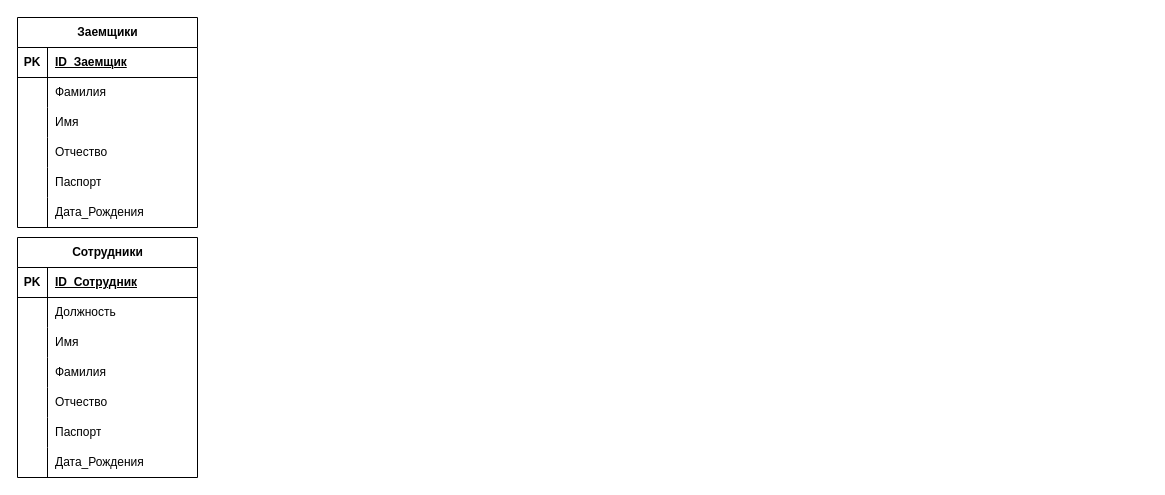
Before: bsbd.drawio in 1DeMeNToR1/RocketModUpdater_32, a draw.io diagram. Source tidied: cells renumbered, new cells numbered last; positions are measured from the earlier drawing's top-left corner, leaving out a move shared by most shapes. Both pictures are drawn from the tidied source at 100%, with x=0, y=0 at pixel (17, 17).
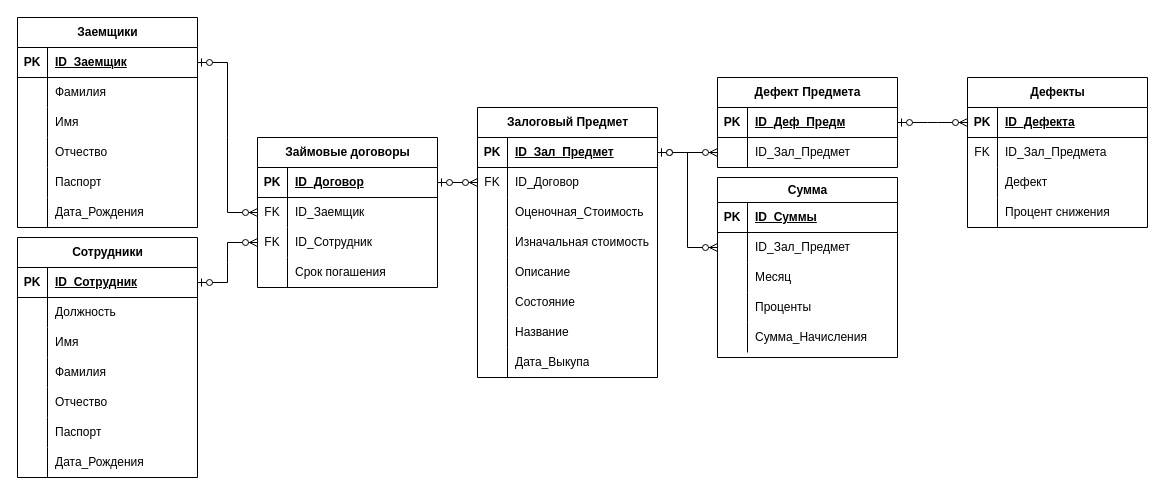
The same page after the edit.

Unchanged cells that the change refers to:
```xml
<mxCell id="3" style="shape=tableRow;horizontal=0;startSize=0;swimlaneHead=0;swimlaneBody=0;fillColor=none;points=[[0,0.5],[1,0.5]];portConstraint=eastwest;top=0;left=0;right=0;bottom=1;" parent="2" vertex="1">
  <mxGeometry y="30" width="180" height="30" as="geometry" />
</mxCell>
<mxCell id="22" style="shape=tableRow;horizontal=0;startSize=0;swimlaneHead=0;swimlaneBody=0;fillColor=none;points=[[0,0.5],[1,0.5]];portConstraint=eastwest;top=0;left=0;right=0;bottom=1;" parent="21" vertex="1">
  <mxGeometry y="30" width="180" height="30" as="geometry" />
</mxCell>
```

Change to the diagram source:
```diff
@@
+    <mxCell id="43" value="Займовые договоры" style="shape=table;startSize=30;childLayout=tableLayout;rowLines=0;fontStyle=1;align=center;html=1;" parent="1" vertex="1">
+      <mxGeometry x="240" y="120" width="180" height="150" as="geometry" />
+    </mxCell>
+    <mxCell id="44" style="shape=tableRow;horizontal=0;startSize=0;swimlaneHead=0;swimlaneBody=0;fillColor=none;points=[[0,0.5],[1,0.5]];portConstraint=eastwest;top=0;left=0;right=0;bottom=1;" parent="43" vertex="1">
+      <mxGeometry y="30" width="180" height="30" as="geometry" />
+    </mxCell>
+    <mxCell id="45" value="PK" style="shape=partialRectangle;fillColor=none;top=0;left=0;bottom=0;right=0;fontStyle=1;overflow=hidden;whiteSpace=wrap;html=1;" parent="44" vertex="1">
+      <mxGeometry width="30" height="30" as="geometry" />
+    </mxCell>
+    <mxCell id="46" value="ID_Договор" style="shape=partialRectangle;fillColor=none;top=0;left=0;bottom=0;right=0;align=left;spacingLeft=6;fontStyle=5;overflow=hidden;whiteSpace=wrap;html=1;" parent="44" vertex="1">
+      <mxGeometry x="30" width="150" height="30" as="geometry" />
+    </mxCell>
+    <mxCell id="47" style="shape=tableRow;horizontal=0;startSize=0;swimlaneHead=0;swimlaneBody=0;fillColor=none;points=[[0,0.5],[1,0.5]];portConstraint=eastwest;top=0;left=0;right=0;bottom=0;" parent="43" vertex="1">
+      <mxGeometry y="60" width="180" height="30" as="geometry" />
+    </mxCell>
+    <mxCell id="48" value="FK" style="shape=partialRectangle;fillColor=none;top=0;left=0;bottom=0;right=0;overflow=hidden;whiteSpace=wrap;html=1;" parent="47" vertex="1">
+      <mxGeometry width="30" height="30" as="geometry" />
+    </mxCell>
+    <mxCell id="49" value="ID_Заемщик" style="shape=partialRectangle;fillColor=none;top=0;left=0;bottom=0;right=0;align=left;spacingLeft=6;overflow=hidden;whiteSpace=wrap;html=1;" parent="47" vertex="1">
+      <mxGeometry x="30" width="150" height="30" as="geometry" />
+    </mxCell>
+    <mxCell id="50" style="shape=tableRow;horizontal=0;startSize=0;swimlaneHead=0;swimlaneBody=0;fillColor=none;points=[[0,0.5],[1,0.5]];portConstraint=eastwest;top=0;left=0;right=0;bottom=0;" parent="43" vertex="1">
+      <mxGeometry y="90" width="180" height="30" as="geometry" />
+    </mxCell>
+    <mxCell id="51" value="FK" style="shape=partialRectangle;fillColor=none;top=0;left=0;bottom=0;right=0;overflow=hidden;whiteSpace=wrap;html=1;" parent="50" vertex="1">
+      <mxGeometry width="30" height="30" as="geometry" />
+    </mxCell>
+    <mxCell id="52" value="ID_Сотрудник" style="shape=partialRectangle;fillColor=none;top=0;left=0;bottom=0;right=0;align=left;spacingLeft=6;overflow=hidden;whiteSpace=wrap;html=1;" parent="50" vertex="1">
+      <mxGeometry x="30" width="150" height="30" as="geometry" />
+    </mxCell>
+    <mxCell id="53" style="shape=tableRow;horizontal=0;startSize=0;swimlaneHead=0;swimlaneBody=0;fillColor=none;top=0;left=0;right=0;bottom=0;" parent="43" vertex="1">
+      <mxGeometry y="120" width="180" height="30" as="geometry" />
+    </mxCell>
+    <mxCell id="54" style="shape=partialRectangle;fillColor=none;top=0;left=0;bottom=0;right=0;overflow=hidden;whiteSpace=wrap;html=1;" parent="53" vertex="1">
+      <mxGeometry width="30" height="30" as="geometry" />
+    </mxCell>
+    <mxCell id="55" value="Срок погашения" style="shape=partialRectangle;fillColor=none;top=0;left=0;bottom=0;right=0;align=left;spacingLeft=6;overflow=hidden;whiteSpace=wrap;html=1;" parent="53" vertex="1">
+      <mxGeometry x="30" width="150" height="30" as="geometry" />
+    </mxCell>
+    <mxCell id="56" style="edgeStyle=entityRelationEdgeStyle;fontSize=12;html=1;endArrow=ERzeroToMany;startArrow=ERzeroToOne;rounded=0;exitX=1;exitY=0.5;exitDx=0;exitDy=0;" parent="1" edge="1" source="3" target="47">
+      <mxGeometry relative="1" as="geometry" />
+    </mxCell>
+    <mxCell id="57" style="edgeStyle=entityRelationEdgeStyle;fontSize=12;html=1;endArrow=ERzeroToMany;startArrow=ERzeroToOne;rounded=0;exitX=1;exitY=0.5;exitDx=0;exitDy=0;entryX=0;entryY=0.5;entryDx=0;entryDy=0;" parent="1" edge="1" source="22" target="50">
+      <mxGeometry relative="1" as="geometry" />
+    </mxCell>
+    <mxCell id="58" value="Залоговый Предмет" style="shape=table;startSize=30;childLayout=tableLayout;rowLines=0;fontStyle=1;align=center;html=1;" parent="1" vertex="1">
+      <mxGeometry x="460" y="90" width="180" height="270" as="geometry" />
+    </mxCell>
+    <mxCell id="59" style="shape=tableRow;horizontal=0;startSize=0;swimlaneHead=0;swimlaneBody=0;fillColor=none;points=[[0,0.5],[1,0.5]];portConstraint=eastwest;top=0;left=0;right=0;bottom=1;" parent="58" vertex="1">
+      <mxGeometry y="30" width="180" height="30" as="geometry" />
+    </mxCell>
+    <mxCell id="60" value="PK" style="shape=partialRectangle;fillColor=none;top=0;left=0;bottom=0;right=0;fontStyle=1;overflow=hidden;whiteSpace=wrap;html=1;" parent="59" vertex="1">
+      <mxGeometry width="30" height="30" as="geometry" />
+    </mxCell>
+    <mxCell id="61" value="ID_Зал_Предмет" style="shape=partialRectangle;fillColor=none;top=0;left=0;bottom=0;right=0;align=left;spacingLeft=6;fontStyle=5;overflow=hidden;whiteSpace=wrap;html=1;" parent="59" vertex="1">
+      <mxGeometry x="30" width="150" height="30" as="geometry" />
+    </mxCell>
+    <mxCell id="62" style="shape=tableRow;horizontal=0;startSize=0;swimlaneHead=0;swimlaneBody=0;fillColor=none;points=[[0,0.5],[1,0.5]];portConstraint=eastwest;top=0;left=0;right=0;bottom=0;" parent="58" vertex="1">
+      <mxGeometry y="60" width="180" height="30" as="geometry" />
+    </mxCell>
+    <mxCell id="63" value="FK" style="shape=partialRectangle;fillColor=none;top=0;left=0;bottom=0;right=0;overflow=hidden;whiteSpace=wrap;html=1;" parent="62" vertex="1">
+      <mxGeometry width="30" height="30" as="geometry" />
+    </mxCell>
+    <mxCell id="64" value="ID_Договор" style="shape=partialRectangle;fillColor=none;top=0;left=0;bottom=0;right=0;align=left;spacingLeft=6;overflow=hidden;whiteSpace=wrap;html=1;" parent="62" vertex="1">
+      <mxGeometry x="30" width="150" height="30" as="geometry" />
+    </mxCell>
+    <mxCell id="65" style="shape=tableRow;horizontal=0;startSize=0;swimlaneHead=0;swimlaneBody=0;fillColor=none;top=0;left=0;right=0;bottom=0;" parent="58" vertex="1">
+      <mxGeometry y="90" width="180" height="30" as="geometry" />
+    </mxCell>
+    <mxCell id="66" style="shape=partialRectangle;fillColor=none;top=0;left=0;bottom=0;right=0;overflow=hidden;whiteSpace=wrap;html=1;" parent="65" vertex="1">
+      <mxGeometry width="30" height="30" as="geometry" />
+    </mxCell>
+    <mxCell id="67" value="Оценочная_Стоимость" style="shape=partialRectangle;fillColor=none;top=0;left=0;bottom=0;right=0;align=left;spacingLeft=6;overflow=hidden;whiteSpace=wrap;html=1;" parent="65" vertex="1">
+      <mxGeometry x="30" width="150" height="30" as="geometry" />
+    </mxCell>
+    <mxCell id="68" style="shape=tableRow;horizontal=0;startSize=0;swimlaneHead=0;swimlaneBody=0;fillColor=none;top=0;left=0;right=0;bottom=0;" parent="58" vertex="1">
+      <mxGeometry y="120" width="180" height="30" as="geometry" />
+    </mxCell>
+    <mxCell id="69" style="shape=partialRectangle;fillColor=none;top=0;left=0;bottom=0;right=0;overflow=hidden;whiteSpace=wrap;html=1;" parent="68" vertex="1">
+      <mxGeometry width="30" height="30" as="geometry" />
+    </mxCell>
+    <mxCell id="70" value="Изначальная стоимость" style="shape=partialRectangle;fillColor=none;top=0;left=0;bottom=0;right=0;align=left;spacingLeft=6;overflow=hidden;whiteSpace=wrap;html=1;" parent="68" vertex="1">
+      <mxGeometry x="30" width="150" height="30" as="geometry" />
+    </mxCell>
+    <mxCell id="71" style="shape=tableRow;horizontal=0;startSize=0;swimlaneHead=0;swimlaneBody=0;fillColor=none;top=0;left=0;right=0;bottom=0;" parent="58" vertex="1">
+      <mxGeometry y="150" width="180" height="30" as="geometry" />
+    </mxCell>
+    <mxCell id="72" style="shape=partialRectangle;fillColor=none;top=0;left=0;bottom=0;right=0;overflow=hidden;whiteSpace=wrap;html=1;" parent="71" vertex="1">
+      <mxGeometry width="30" height="30" as="geometry" />
+    </mxCell>
+    <mxCell id="73" value="Описание" style="shape=partialRectangle;fillColor=none;top=0;left=0;bottom=0;right=0;align=left;spacingLeft=6;overflow=hidden;whiteSpace=wrap;html=1;" parent="71" vertex="1">
+      <mxGeometry x="30" width="150" height="30" as="geometry" />
+    </mxCell>
+    <mxCell id="74" style="shape=tableRow;horizontal=0;startSize=0;swimlaneHead=0;swimlaneBody=0;fillColor=none;top=0;left=0;right=0;bottom=0;" parent="58" vertex="1">
+      <mxGeometry y="180" width="180" height="30" as="geometry" />
+    </mxCell>
+    <mxCell id="75" style="shape=partialRectangle;fillColor=none;top=0;left=0;bottom=0;right=0;overflow=hidden;whiteSpace=wrap;html=1;" parent="74" vertex="1">
+      <mxGeometry width="30" height="30" as="geometry" />
+    </mxCell>
+    <mxCell id="76" value="Состояние" style="shape=partialRectangle;fillColor=none;top=0;left=0;bottom=0;right=0;align=left;spacingLeft=6;overflow=hidden;whiteSpace=wrap;html=1;" parent="74" vertex="1">
+      <mxGeometry x="30" width="150" height="30" as="geometry" />
+    </mxCell>
+    <mxCell id="77" style="shape=tableRow;horizontal=0;startSize=0;swimlaneHead=0;swimlaneBody=0;fillColor=none;top=0;left=0;right=0;bottom=0;" parent="58" vertex="1">
+      <mxGeometry y="210" width="180" height="30" as="geometry" />
+    </mxCell>
+    <mxCell id="78" style="shape=partialRectangle;fillColor=none;top=0;left=0;bottom=0;right=0;overflow=hidden;whiteSpace=wrap;html=1;" parent="77" vertex="1">
+      <mxGeometry width="30" height="30" as="geometry" />
+    </mxCell>
+    <mxCell id="79" value="Название" style="shape=partialRectangle;fillColor=none;top=0;left=0;bottom=0;right=0;align=left;spacingLeft=6;overflow=hidden;whiteSpace=wrap;html=1;" parent="77" vertex="1">
+      <mxGeometry x="30" width="150" height="30" as="geometry" />
+    </mxCell>
+    <mxCell id="80" style="shape=tableRow;horizontal=0;startSize=0;swimlaneHead=0;swimlaneBody=0;fillColor=none;top=0;left=0;right=0;bottom=0;" parent="58" vertex="1">
+      <mxGeometry y="240" width="180" height="30" as="geometry" />
+    </mxCell>
+    <mxCell id="81" style="shape=partialRectangle;fillColor=none;top=0;left=0;bottom=0;right=0;overflow=hidden;whiteSpace=wrap;html=1;" parent="80" vertex="1">
+      <mxGeometry width="30" height="30" as="geometry" />
+    </mxCell>
+    <mxCell id="82" value="Дата_Выкупа" style="shape=partialRectangle;fillColor=none;top=0;left=0;bottom=0;right=0;align=left;spacingLeft=6;overflow=hidden;whiteSpace=wrap;html=1;" parent="80" vertex="1">
+      <mxGeometry x="30" width="150" height="30" as="geometry" />
+    </mxCell>
+    <mxCell id="83" value="Дефект Предмета" style="shape=table;startSize=30;childLayout=tableLayout;rowLines=0;fontStyle=1;align=center;html=1;" parent="1" vertex="1">
+      <mxGeometry x="700" y="60" width="180" height="90" as="geometry" />
+    </mxCell>
+    <mxCell id="84" style="shape=tableRow;horizontal=0;startSize=0;swimlaneHead=0;swimlaneBody=0;fillColor=none;points=[[0,0.5],[1,0.5]];portConstraint=eastwest;top=0;left=0;right=0;bottom=1;" parent="83" vertex="1">
+      <mxGeometry y="30" width="180" height="30" as="geometry" />
+    </mxCell>
+    <mxCell id="85" value="PK" style="shape=partialRectangle;fillColor=none;top=0;left=0;bottom=0;right=0;fontStyle=1;overflow=hidden;whiteSpace=wrap;html=1;" parent="84" vertex="1">
+      <mxGeometry width="30" height="30" as="geometry" />
+    </mxCell>
+    <mxCell id="86" value="ID_Деф_Предм" style="shape=partialRectangle;fillColor=none;top=0;left=0;bottom=0;right=0;align=left;spacingLeft=6;fontStyle=5;overflow=hidden;whiteSpace=wrap;html=1;" parent="84" vertex="1">
+      <mxGeometry x="30" width="150" height="30" as="geometry" />
+    </mxCell>
+    <mxCell id="87" style="shape=tableRow;horizontal=0;startSize=0;swimlaneHead=0;swimlaneBody=0;fillColor=none;points=[[0,0.5],[1,0.5]];portConstraint=eastwest;top=0;left=0;right=0;bottom=0;" parent="83" vertex="1">
+      <mxGeometry y="60" width="180" height="30" as="geometry" />
+    </mxCell>
+    <mxCell id="88" style="shape=partialRectangle;fillColor=none;top=0;left=0;bottom=0;right=0;overflow=hidden;whiteSpace=wrap;html=1;" parent="87" vertex="1">
+      <mxGeometry width="30" height="30" as="geometry" />
+    </mxCell>
+    <mxCell id="89" value="ID_Зал_Предмет" style="shape=partialRectangle;fillColor=none;top=0;left=0;bottom=0;right=0;align=left;spacingLeft=6;overflow=hidden;whiteSpace=wrap;html=1;" parent="87" vertex="1">
+      <mxGeometry x="30" width="150" height="30" as="geometry" />
+    </mxCell>
+    <mxCell id="90" value="Сумма" style="shape=table;startSize=25;childLayout=tableLayout;rowLines=0;fontStyle=1;align=center;html=1;" parent="1" vertex="1">
+      <mxGeometry x="700" y="160" width="180" height="180" as="geometry" />
+    </mxCell>
+    <mxCell id="91" style="shape=tableRow;horizontal=0;startSize=0;swimlaneHead=0;swimlaneBody=0;fillColor=none;top=0;left=0;right=0;bottom=1;" parent="90" vertex="1">
+      <mxGeometry y="25" width="180" height="30" as="geometry" />
+    </mxCell>
+    <mxCell id="92" value="PK" style="shape=partialRectangle;fillColor=none;top=0;left=0;bottom=0;right=0;fontStyle=1;overflow=hidden;whiteSpace=wrap;html=1;" parent="91" vertex="1">
+      <mxGeometry width="30" height="30" as="geometry" />
+    </mxCell>
+    <mxCell id="93" value="ID_Суммы" style="shape=partialRectangle;fillColor=none;top=0;left=0;bottom=0;right=0;align=left;spacingLeft=6;fontStyle=5;overflow=hidden;whiteSpace=wrap;html=1;" parent="91" vertex="1">
+      <mxGeometry x="30" width="150" height="30" as="geometry" />
+    </mxCell>
+    <mxCell id="94" style="shape=tableRow;horizontal=0;startSize=0;swimlaneHead=0;swimlaneBody=0;fillColor=none;points=[[0,0.5],[1,0.5]];portConstraint=eastwest;top=0;left=0;right=0;bottom=0;" parent="90" vertex="1">
+      <mxGeometry y="55" width="180" height="30" as="geometry" />
+    </mxCell>
+    <mxCell id="95" style="shape=partialRectangle;fillColor=none;top=0;left=0;bottom=0;right=0;overflow=hidden;whiteSpace=wrap;html=1;" parent="94" vertex="1">
+      <mxGeometry width="30" height="30" as="geometry" />
+    </mxCell>
+    <mxCell id="96" value="ID_Зал_Предмет" style="shape=partialRectangle;fillColor=none;top=0;left=0;bottom=0;right=0;align=left;spacingLeft=6;overflow=hidden;whiteSpace=wrap;html=1;" parent="94" vertex="1">
+      <mxGeometry x="30" width="150" height="30" as="geometry" />
+    </mxCell>
+    <mxCell id="97" style="shape=tableRow;horizontal=0;startSize=0;swimlaneHead=0;swimlaneBody=0;fillColor=none;top=0;left=0;right=0;bottom=0;" parent="90" vertex="1">
+      <mxGeometry y="85" width="180" height="30" as="geometry" />
+    </mxCell>
+    <mxCell id="98" style="shape=partialRectangle;fillColor=none;top=0;left=0;bottom=0;right=0;overflow=hidden;whiteSpace=wrap;html=1;" parent="97" vertex="1">
+      <mxGeometry width="30" height="30" as="geometry" />
+    </mxCell>
+    <mxCell id="99" value="Месяц" style="shape=partialRectangle;fillColor=none;top=0;left=0;bottom=0;right=0;align=left;spacingLeft=6;overflow=hidden;whiteSpace=wrap;html=1;" parent="97" vertex="1">
+      <mxGeometry x="30" width="150" height="30" as="geometry" />
+    </mxCell>
+    <mxCell id="100" style="shape=tableRow;horizontal=0;startSize=0;swimlaneHead=0;swimlaneBody=0;fillColor=none;top=0;left=0;right=0;bottom=0;" parent="90" vertex="1">
+      <mxGeometry y="115" width="180" height="30" as="geometry" />
+    </mxCell>
+    <mxCell id="101" style="shape=partialRectangle;fillColor=none;top=0;left=0;bottom=0;right=0;overflow=hidden;whiteSpace=wrap;html=1;" parent="100" vertex="1">
+      <mxGeometry width="30" height="30" as="geometry" />
+    </mxCell>
+    <mxCell id="102" value="Проценты" style="shape=partialRectangle;fillColor=none;top=0;left=0;bottom=0;right=0;align=left;spacingLeft=6;overflow=hidden;whiteSpace=wrap;html=1;" parent="100" vertex="1">
+      <mxGeometry x="30" width="150" height="30" as="geometry" />
+    </mxCell>
+    <mxCell id="103" style="shape=tableRow;horizontal=0;startSize=0;swimlaneHead=0;swimlaneBody=0;fillColor=none;top=0;left=0;right=0;bottom=0;" parent="90" vertex="1">
+      <mxGeometry y="145" width="180" height="30" as="geometry" />
+    </mxCell>
+    <mxCell id="104" style="shape=partialRectangle;fillColor=none;top=0;left=0;bottom=0;right=0;overflow=hidden;whiteSpace=wrap;html=1;" parent="103" vertex="1">
+      <mxGeometry width="30" height="30" as="geometry" />
+    </mxCell>
+    <mxCell id="105" value="Сумма_Начисления" style="shape=partialRectangle;fillColor=none;top=0;left=0;bottom=0;right=0;align=left;spacingLeft=6;overflow=hidden;whiteSpace=wrap;html=1;" parent="103" vertex="1">
+      <mxGeometry x="30" width="150" height="30" as="geometry" />
+    </mxCell>
+    <mxCell id="106" style="edgeStyle=entityRelationEdgeStyle;fontSize=12;html=1;endArrow=ERzeroToMany;startArrow=ERzeroToOne;rounded=0;exitX=1;exitY=0.5;exitDx=0;exitDy=0;entryX=0;entryY=0.5;entryDx=0;entryDy=0;" parent="1" edge="1" source="44" target="62">
+      <mxGeometry relative="1" as="geometry" />
+    </mxCell>
+    <mxCell id="107" value="Дефекты" style="shape=table;startSize=30;childLayout=tableLayout;rowLines=0;fontStyle=1;align=center;html=1;" parent="1" vertex="1">
+      <mxGeometry x="950" y="60" width="180" height="150" as="geometry" />
+    </mxCell>
+    <mxCell id="108" style="shape=tableRow;horizontal=0;startSize=0;swimlaneHead=0;swimlaneBody=0;fillColor=none;points=[[0,0.5],[1,0.5]];portConstraint=eastwest;top=0;left=0;right=0;bottom=1;" parent="107" vertex="1">
+      <mxGeometry y="30" width="180" height="30" as="geometry" />
+    </mxCell>
+    <mxCell id="109" value="PK" style="shape=partialRectangle;fillColor=none;top=0;left=0;bottom=0;right=0;fontStyle=1;overflow=hidden;whiteSpace=wrap;html=1;" parent="108" vertex="1">
+      <mxGeometry width="30" height="30" as="geometry" />
+    </mxCell>
+    <mxCell id="110" value="ID_Дефекта" style="shape=partialRectangle;fillColor=none;top=0;left=0;bottom=0;right=0;align=left;spacingLeft=6;fontStyle=5;overflow=hidden;whiteSpace=wrap;html=1;" parent="108" vertex="1">
+      <mxGeometry x="30" width="150" height="30" as="geometry" />
+    </mxCell>
+    <mxCell id="111" style="shape=tableRow;horizontal=0;startSize=0;swimlaneHead=0;swimlaneBody=0;fillColor=none;top=0;left=0;right=0;bottom=0;" parent="107" vertex="1">
+      <mxGeometry y="60" width="180" height="30" as="geometry" />
+    </mxCell>
+    <mxCell id="112" value="FK" style="shape=partialRectangle;fillColor=none;top=0;left=0;bottom=0;right=0;overflow=hidden;whiteSpace=wrap;html=1;" parent="111" vertex="1">
+      <mxGeometry width="30" height="30" as="geometry" />
+    </mxCell>
+    <mxCell id="113" value="ID_Зал_Предмета" style="shape=partialRectangle;fillColor=none;top=0;left=0;bottom=0;right=0;align=left;spacingLeft=6;overflow=hidden;whiteSpace=wrap;html=1;" parent="111" vertex="1">
+      <mxGeometry x="30" width="150" height="30" as="geometry" />
+    </mxCell>
+    <mxCell id="114" style="shape=tableRow;horizontal=0;startSize=0;swimlaneHead=0;swimlaneBody=0;fillColor=none;top=0;left=0;right=0;bottom=0;" parent="107" vertex="1">
+      <mxGeometry y="90" width="180" height="30" as="geometry" />
+    </mxCell>
+    <mxCell id="115" style="shape=partialRectangle;fillColor=none;top=0;left=0;bottom=0;right=0;overflow=hidden;whiteSpace=wrap;html=1;" parent="114" vertex="1">
+      <mxGeometry width="30" height="30" as="geometry" />
+    </mxCell>
+    <mxCell id="116" value="Дефект" style="shape=partialRectangle;fillColor=none;top=0;left=0;bottom=0;right=0;align=left;spacingLeft=6;overflow=hidden;whiteSpace=wrap;html=1;" parent="114" vertex="1">
+      <mxGeometry x="30" width="150" height="30" as="geometry" />
+    </mxCell>
+    <mxCell id="117" style="shape=tableRow;horizontal=0;startSize=0;swimlaneHead=0;swimlaneBody=0;fillColor=none;top=0;left=0;right=0;bottom=0;" parent="107" vertex="1">
+      <mxGeometry y="120" width="180" height="30" as="geometry" />
+    </mxCell>
+    <mxCell id="118" style="shape=partialRectangle;fillColor=none;top=0;left=0;bottom=0;right=0;overflow=hidden;whiteSpace=wrap;html=1;" parent="117" vertex="1">
+      <mxGeometry width="30" height="30" as="geometry" />
+    </mxCell>
+    <mxCell id="119" value="Процент снижения" style="shape=partialRectangle;fillColor=none;top=0;left=0;bottom=0;right=0;align=left;spacingLeft=6;overflow=hidden;whiteSpace=wrap;html=1;" parent="117" vertex="1">
+      <mxGeometry x="30" width="150" height="30" as="geometry" />
+    </mxCell>
+    <mxCell id="120" style="edgeStyle=entityRelationEdgeStyle;fontSize=12;html=1;endArrow=ERzeroToMany;startArrow=ERzeroToOne;rounded=0;exitX=1;exitY=0.5;exitDx=0;exitDy=0;" parent="1" edge="1" source="59" target="87">
+      <mxGeometry relative="1" as="geometry" />
+    </mxCell>
+    <mxCell id="121" style="edgeStyle=entityRelationEdgeStyle;fontSize=12;html=1;endArrow=ERzeroToMany;startArrow=ERzeroToOne;rounded=0;exitX=1;exitY=0.5;exitDx=0;exitDy=0;entryX=0;entryY=0.5;entryDx=0;entryDy=0;" parent="1" edge="1" source="59" target="94">
+      <mxGeometry relative="1" as="geometry" />
+    </mxCell>
+    <mxCell id="122" style="edgeStyle=entityRelationEdgeStyle;fontSize=12;html=1;endArrow=ERzeroToMany;startArrow=ERzeroToOne;rounded=0;exitX=1;exitY=0.5;exitDx=0;exitDy=0;entryX=0;entryY=0.5;entryDx=0;entryDy=0;" parent="1" edge="1" source="84" target="108">
+      <mxGeometry relative="1" as="geometry" />
+    </mxCell>
```
